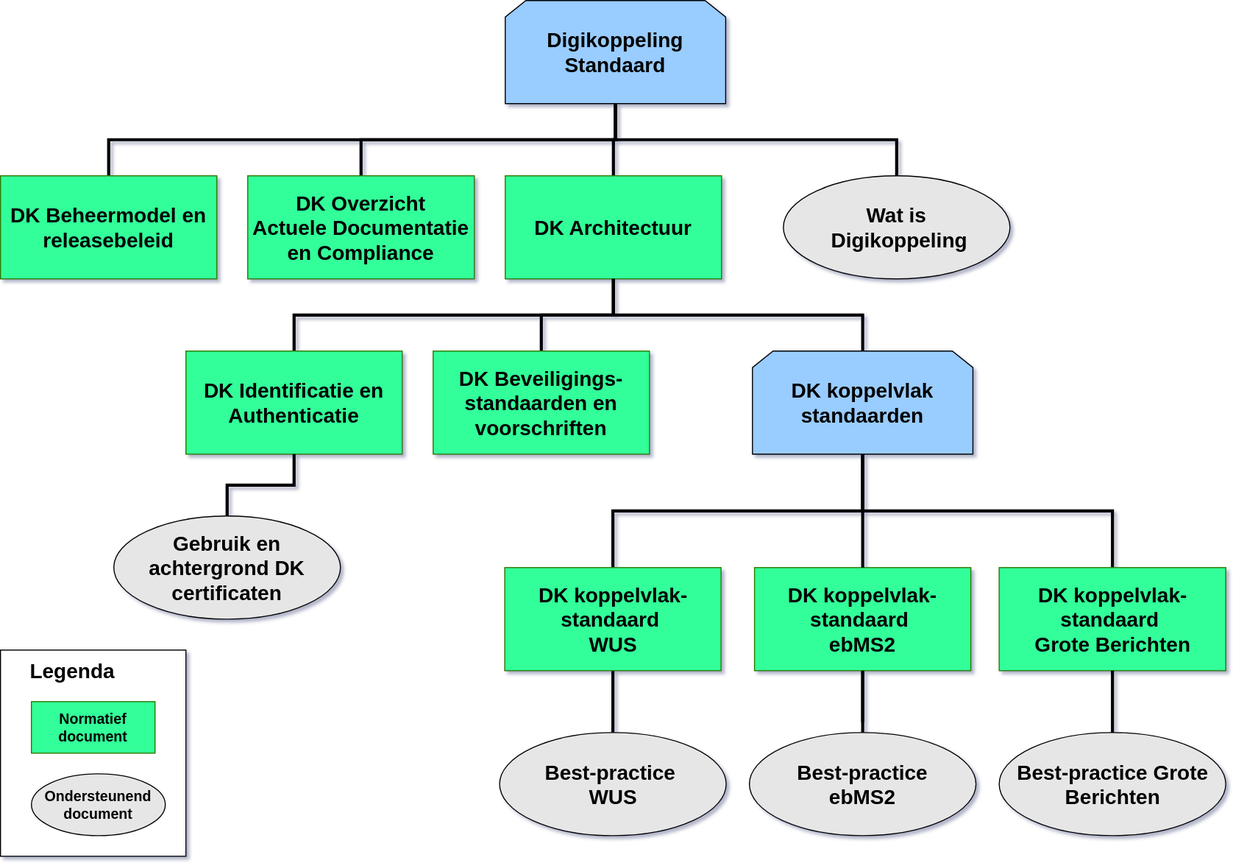
Earlier version of the draw.io export media/DK_Specificatie_structuur.svg (Logius-standaarden/Digikoppeling-Koppelvlakstandaard-ebMS2). Source tidied: cells renumbered, new cells last; positions are measured from the earlier drawing's top-left corner, leaving out a move shared by most shapes.
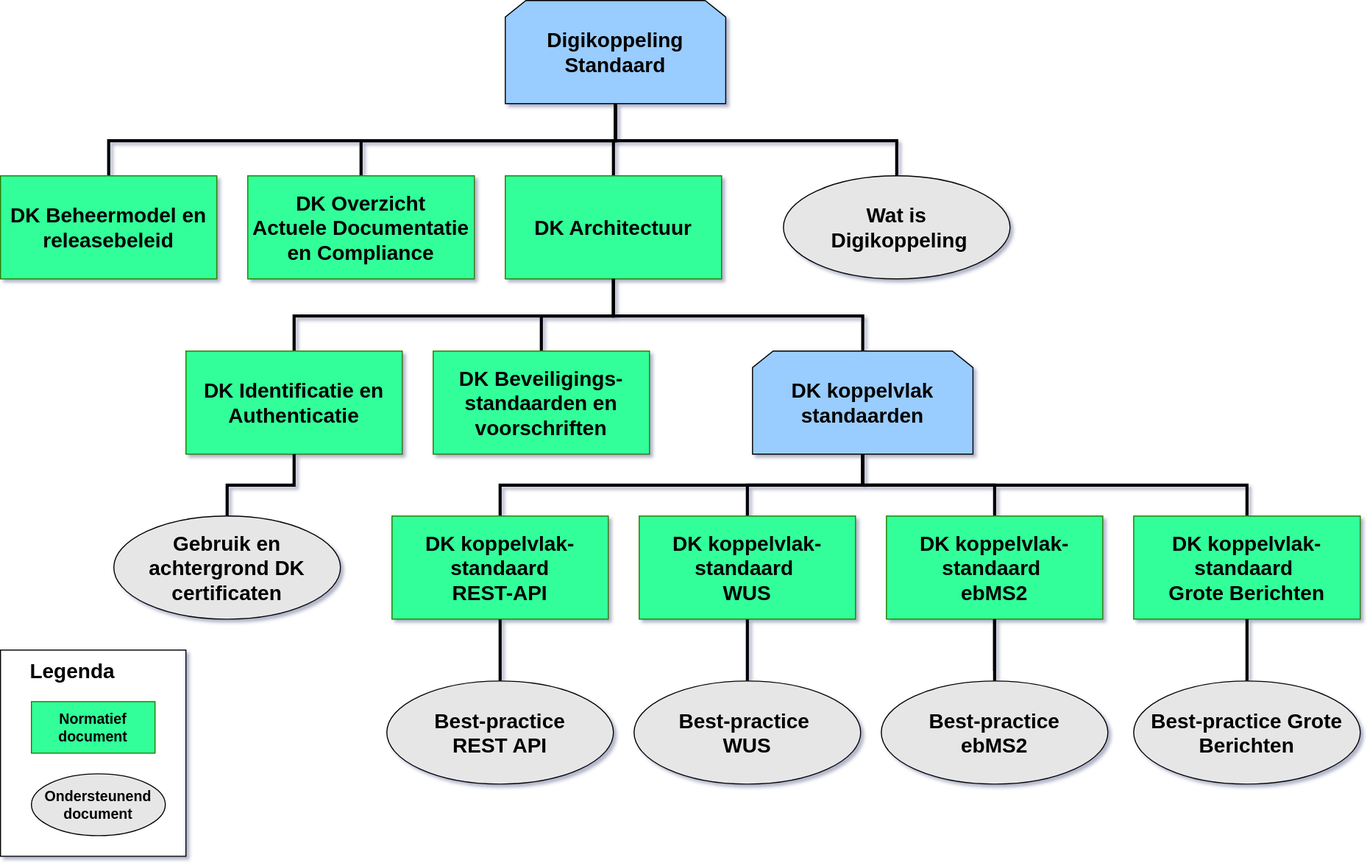
After the commit.

Change to the diagram source:
```diff
@@ -2,9 +2,6 @@
   <root>
     <mxCell id="0" />
     <mxCell id="1" parent="0" />
-    <mxCell id="2" style="rounded=0;whiteSpace=wrap;html=1;fontSize=14;" parent="1" vertex="1">
-      <mxGeometry y="630" width="180" height="200" as="geometry" />
-    </mxCell>
     <mxCell id="3" style="edgeStyle=elbowEdgeStyle;rounded=0;jettySize=auto;html=1;exitX=0.5;exitY=1;exitDx=0;exitDy=0;entryX=0.5;entryY=0;entryDx=0;entryDy=0;fontSize=20;fontColor=#000000;elbow=vertical;strokeWidth=3;endArrow=none;endFill=0;" parent="1" edge="1" source="4" target="5">
       <mxGeometry relative="1" as="geometry" />
     </mxCell>
@@ -50,6 +47,15 @@
     <mxCell id="17" value="DK koppelvlak standaarden" style="shape=loopLimit;whiteSpace=wrap;html=1;fontSize=20;fillColor=#99CCFF;fontStyle=1;" parent="1" vertex="1">
       <mxGeometry x="730" y="340" width="214" height="100" as="geometry" />
     </mxCell>
+    <mxCell id="36" style="edgeStyle=elbowEdgeStyle;rounded=0;jettySize=auto;elbow=vertical;html=1;exitX=0.5;exitY=0;exitDx=0;exitDy=0;entryX=0.5;entryY=1;entryDx=0;entryDy=0;fontSize=20;fontColor=#000000;endArrow=none;endFill=0;strokeWidth=3;" parent="1" edge="1" source="38" target="17">
+      <mxGeometry relative="1" as="geometry" />
+    </mxCell>
+    <mxCell id="37" style="edgeStyle=elbowEdgeStyle;rounded=0;jettySize=auto;elbow=vertical;html=1;exitX=0.5;exitY=1;exitDx=0;exitDy=0;entryX=0.5;entryY=0;entryDx=0;entryDy=0;fontSize=20;fontColor=#000000;endArrow=none;endFill=0;strokeWidth=3;" parent="1" edge="1" source="38" target="40">
+      <mxGeometry relative="1" as="geometry" />
+    </mxCell>
+    <mxCell id="38" value="&lt;div&gt;DK koppelvlak-standaard&lt;/div&gt;&lt;div&gt;&lt;span&gt;&#9;&lt;/span&gt; REST-API&lt;/div&gt;" style="rounded=0;whiteSpace=wrap;html=1;fontSize=20;fontStyle=1;fillColor=#33FF99;strokeColor=#2D7600;fontColor=#000000;" parent="1" vertex="1">
+      <mxGeometry x="380" y="500" width="210" height="100" as="geometry" />
+    </mxCell>
     <mxCell id="18" style="edgeStyle=elbowEdgeStyle;rounded=0;jettySize=auto;elbow=vertical;html=1;exitX=0.5;exitY=0;exitDx=0;exitDy=0;entryX=0.5;entryY=1;entryDx=0;entryDy=0;fontSize=20;fontColor=#000000;endArrow=none;endFill=0;strokeWidth=3;" parent="1" edge="1" source="20" target="17">
       <mxGeometry relative="1" as="geometry" />
     </mxCell>
@@ -57,33 +63,39 @@
       <mxGeometry relative="1" as="geometry" />
     </mxCell>
     <mxCell id="20" value="&lt;div&gt;DK koppelvlak-standaard&amp;nbsp;&lt;/div&gt;&lt;div&gt;&lt;span&gt;&#9;&lt;/span&gt;WUS&lt;/div&gt;" style="rounded=0;whiteSpace=wrap;html=1;fontSize=20;fontStyle=1;fillColor=#33FF99;strokeColor=#2D7600;fontColor=#000000;" parent="1" vertex="1">
-      <mxGeometry x="489.5" y="550" width="210" height="100" as="geometry" />
+      <mxGeometry x="620" y="500" width="210" height="100" as="geometry" />
     </mxCell>
-    <mxCell id="21" style="edgeStyle=elbowEdgeStyle;rounded=0;jettySize=auto;elbow=vertical;html=1;exitX=0.5;exitY=1;exitDx=0;exitDy=0;fontSize=20;fontColor=#000000;endArrow=none;endFill=0;strokeWidth=3;" parent="1" edge="1" source="22">
-      <mxGeometry relative="1" as="geometry">
-        <mxPoint x="837" y="700" as="targetPoint" />
-      </mxGeometry>
-    </mxCell>
+    <mxCell id="32" style="edgeStyle=elbowEdgeStyle;rounded=0;jettySize=auto;elbow=vertical;html=1;exitX=0.5;exitY=0;exitDx=0;exitDy=0;entryX=0.5;entryY=1;entryDx=0;entryDy=0;fontSize=20;fontColor=#000000;endArrow=none;endFill=0;strokeWidth=3;" parent="1" edge="1" source="22" target="17">
+      <mxGeometry relative="1" as="geometry" />
+    </mxCell>
+    <mxCell id="39" style="edgeStyle=elbowEdgeStyle;rounded=0;jettySize=auto;elbow=vertical;html=1;exitX=0.5;exitY=1;exitDx=0;exitDy=0;fontSize=20;fontColor=#000000;endArrow=none;endFill=0;strokeWidth=3;" parent="1" edge="1" source="22">
+      <mxGeometry relative="1" as="geometry">
+        <mxPoint x="965" y="650" as="targetPoint" />
+      </mxGeometry>
+    </mxCell>
     <mxCell id="22" value="&lt;div&gt;DK koppelvlak-standaard&amp;nbsp;&lt;/div&gt;&lt;div&gt;&lt;span&gt;&#9;&lt;/span&gt;ebMS2&lt;/div&gt;" style="rounded=0;whiteSpace=wrap;html=1;fontSize=20;fontStyle=1;fillColor=#33FF99;strokeColor=#2D7600;fontColor=#000000;" parent="1" vertex="1">
-      <mxGeometry x="732" y="550" width="210" height="100" as="geometry" />
+      <mxGeometry x="860" y="500" width="210" height="100" as="geometry" />
     </mxCell>
     <mxCell id="23" style="edgeStyle=elbowEdgeStyle;rounded=0;jettySize=auto;elbow=vertical;html=1;exitX=0.5;exitY=0;exitDx=0;exitDy=0;entryX=0.5;entryY=1;entryDx=0;entryDy=0;fontSize=20;fontColor=#000000;endArrow=none;endFill=0;strokeWidth=3;" parent="1" edge="1" source="24" target="17">
       <mxGeometry relative="1" as="geometry" />
     </mxCell>
     <mxCell id="24" value="DK koppelvlak-standaard &#10;&#9;Grote Berichten" style="rounded=0;whiteSpace=wrap;html=1;fontSize=20;fontStyle=1;fillColor=#33FF99;strokeColor=#2D7600;fontColor=#000000;" parent="1" vertex="1">
-      <mxGeometry x="969.5" y="550" width="220" height="100" as="geometry" />
+      <mxGeometry x="1100" y="500" width="220" height="100" as="geometry" />
     </mxCell>
+    <mxCell id="40" value="&lt;div&gt;Best-practice&lt;/div&gt;&lt;div&gt;&lt;span&gt;&#9;&#9;&lt;/span&gt;REST API&lt;/div&gt;" style="ellipse;whiteSpace=wrap;html=1;fontSize=20;fontColor=#000000;fillColor=#E6E6E6;fontStyle=1;" parent="1" vertex="1">
+      <mxGeometry x="375" y="660" width="220" height="100" as="geometry" />
+    </mxCell>
     <mxCell id="25" value="&lt;div&gt;Best-practice&amp;nbsp;&lt;/div&gt;&lt;div&gt;&lt;span&gt;&#9;&#9;&lt;/span&gt;WUS&lt;/div&gt;" style="ellipse;whiteSpace=wrap;html=1;fontSize=20;fontColor=#000000;fillColor=#E6E6E6;fontStyle=1;" parent="1" vertex="1">
-      <mxGeometry x="484.5" y="710" width="220" height="100" as="geometry" />
+      <mxGeometry x="615" y="660" width="220" height="100" as="geometry" />
     </mxCell>
     <mxCell id="26" style="edgeStyle=elbowEdgeStyle;rounded=0;jettySize=auto;elbow=vertical;html=1;fontSize=20;fontColor=#000000;endArrow=none;endFill=0;strokeWidth=3;" parent="1" edge="1" source="27" target="22">
       <mxGeometry relative="1" as="geometry" />
     </mxCell>
     <mxCell id="27" value="Best-practice &lt;br&gt;ebMS2" style="ellipse;whiteSpace=wrap;html=1;fontSize=20;fontColor=#000000;fillColor=#E6E6E6;fontStyle=1;" parent="1" vertex="1">
-      <mxGeometry x="727" y="710" width="220" height="100" as="geometry" />
+      <mxGeometry x="855" y="660" width="220" height="100" as="geometry" />
     </mxCell>
     <mxCell id="28" value="Best-practice Grote Berichten" style="ellipse;whiteSpace=wrap;html=1;fontSize=20;fontColor=#000000;fillColor=#E6E6E6;fontStyle=1;" parent="1" vertex="1">
-      <mxGeometry x="969.5" y="710" width="220" height="100" as="geometry" />
+      <mxGeometry x="1100" y="660" width="220" height="100" as="geometry" />
     </mxCell>
     <mxCell id="29" style="edgeStyle=elbowEdgeStyle;rounded=0;jettySize=auto;elbow=vertical;html=1;exitX=0.5;exitY=0;exitDx=0;exitDy=0;entryX=0.5;entryY=1;entryDx=0;entryDy=0;fontSize=20;fontColor=#000000;endArrow=none;endFill=0;strokeWidth=3;" parent="1" edge="1" source="30" target="13">
       <mxGeometry relative="1" as="geometry" />
@@ -94,9 +106,9 @@
     <mxCell id="31" style="edgeStyle=elbowEdgeStyle;rounded=0;jettySize=auto;elbow=vertical;html=1;exitX=0.5;exitY=1;exitDx=0;exitDy=0;fontSize=20;fontColor=#000000;endArrow=none;endFill=0;strokeWidth=3;entryX=0.5;entryY=0;entryDx=0;entryDy=0;" parent="1" edge="1" source="24" target="28">
       <mxGeometry relative="1" as="geometry" />
     </mxCell>
-    <mxCell id="32" style="edgeStyle=elbowEdgeStyle;rounded=0;jettySize=auto;elbow=vertical;html=1;exitX=0.5;exitY=0;exitDx=0;exitDy=0;entryX=0.5;entryY=1;entryDx=0;entryDy=0;fontSize=20;fontColor=#000000;endArrow=none;endFill=0;strokeWidth=3;" parent="1" edge="1" source="22" target="17">
-      <mxGeometry relative="1" as="geometry" />
-    </mxCell>
+    <mxCell id="2" style="rounded=0;whiteSpace=wrap;html=1;fontSize=14;" parent="1" vertex="1">
+      <mxGeometry y="630" width="180" height="200" as="geometry" />
+    </mxCell>
     <mxCell id="33" value="Legenda" style="text;html=1;strokeColor=none;fillColor=none;align=center;verticalAlign=middle;whiteSpace=wrap;rounded=0;fontSize=20;fontStyle=1;" parent="1" vertex="1">
       <mxGeometry x="50" y="640" width="40" height="20" as="geometry" />
     </mxCell>
```
